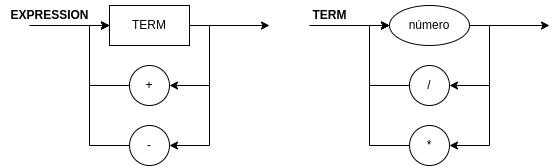
Earlier version of the draw.io export diagrama_sintatico.png (jeronimo-a/logcomp-2024-1). Source tidied: cells renumbered, new cells last; positions are measured from the earlier drawing's top-left corner, leaving out a move shared by most shapes. Source of this version:
```xml
<mxGraphModel background="#ffffff">
  <root>
    <mxCell id="0" />
    <mxCell id="1" parent="0" />
    <mxCell id="2" style="edgeStyle=orthogonalEdgeStyle;rounded=0;jettySize=auto;html=1;entryX=1;entryY=0.5;entryDx=0;entryDy=0;" parent="1" edge="1" source="5" target="7">
      <mxGeometry relative="1" as="geometry">
        <Array as="points">
          <mxPoint x="490" y="25" />
          <mxPoint x="490" y="85" />
        </Array>
      </mxGeometry>
    </mxCell>
    <mxCell id="3" style="edgeStyle=orthogonalEdgeStyle;rounded=0;jettySize=auto;html=1;entryX=1;entryY=0.5;entryDx=0;entryDy=0;" parent="1" edge="1" source="5" target="9">
      <mxGeometry relative="1" as="geometry">
        <Array as="points">
          <mxPoint x="490" y="25" />
          <mxPoint x="490" y="145" />
        </Array>
      </mxGeometry>
    </mxCell>
    <mxCell id="4" style="edgeStyle=orthogonalEdgeStyle;rounded=0;jettySize=auto;html=1;" parent="1" edge="1" source="5">
      <mxGeometry relative="1" as="geometry">
        <mxPoint x="550" y="25" as="targetPoint" />
      </mxGeometry>
    </mxCell>
    <mxCell id="5" value="número" style="ellipse;whiteSpace=wrap;html=1;" parent="1" vertex="1">
      <mxGeometry x="390" y="5" width="80" height="40" as="geometry" />
    </mxCell>
    <mxCell id="6" style="edgeStyle=orthogonalEdgeStyle;rounded=0;jettySize=auto;html=1;entryX=0;entryY=0.5;entryDx=0;entryDy=0;" parent="1" edge="1" source="7" target="5">
      <mxGeometry relative="1" as="geometry">
        <Array as="points">
          <mxPoint x="370" y="85" />
          <mxPoint x="370" y="25" />
        </Array>
      </mxGeometry>
    </mxCell>
    <mxCell id="7" value="/" style="ellipse;whiteSpace=wrap;html=1;" parent="1" vertex="1">
      <mxGeometry x="410" y="65" width="40" height="40" as="geometry" />
    </mxCell>
    <mxCell id="8" style="edgeStyle=orthogonalEdgeStyle;rounded=0;jettySize=auto;html=1;entryX=0;entryY=0.5;entryDx=0;entryDy=0;" parent="1" edge="1" source="9" target="5">
      <mxGeometry relative="1" as="geometry">
        <Array as="points">
          <mxPoint x="370" y="145" />
          <mxPoint x="370" y="25" />
        </Array>
      </mxGeometry>
    </mxCell>
    <mxCell id="9" value="*" style="ellipse;whiteSpace=wrap;html=1;" parent="1" vertex="1">
      <mxGeometry x="410" y="125" width="40" height="40" as="geometry" />
    </mxCell>
    <mxCell id="10" style="endArrow=classic;html=1;rounded=0;entryX=0;entryY=0.5;entryDx=0;entryDy=0;" parent="1" edge="1" target="5">
      <mxGeometry relative="1" as="geometry">
        <mxPoint x="310" y="25" as="sourcePoint" />
      </mxGeometry>
    </mxCell>
    <mxCell id="11" value="TERM" style="text;html=1;align=center;verticalAlign=middle;strokeColor=none;fillColor=none;fontStyle=1;" parent="1" vertex="1">
      <mxGeometry x="300" width="60" height="30" as="geometry" />
    </mxCell>
    <mxCell id="12" style="edgeStyle=orthogonalEdgeStyle;rounded=0;jettySize=auto;html=1;entryX=1;entryY=0.5;entryDx=0;entryDy=0;" parent="1" edge="1" target="16">
      <mxGeometry relative="1" as="geometry">
        <mxPoint x="190" y="25" as="sourcePoint" />
        <Array as="points">
          <mxPoint x="210" y="25" />
          <mxPoint x="210" y="85" />
        </Array>
      </mxGeometry>
    </mxCell>
    <mxCell id="13" style="edgeStyle=orthogonalEdgeStyle;rounded=0;jettySize=auto;html=1;entryX=1;entryY=0.5;entryDx=0;entryDy=0;" parent="1" edge="1" target="18">
      <mxGeometry relative="1" as="geometry">
        <mxPoint x="190" y="25" as="sourcePoint" />
        <Array as="points">
          <mxPoint x="210" y="25" />
          <mxPoint x="210" y="145" />
        </Array>
      </mxGeometry>
    </mxCell>
    <mxCell id="14" style="edgeStyle=orthogonalEdgeStyle;rounded=0;orthogonalLoop=1;jettySize=auto;html=1;" parent="1" edge="1">
      <mxGeometry relative="1" as="geometry">
        <mxPoint x="190" y="25" as="sourcePoint" />
        <mxPoint x="270" y="25" as="targetPoint" />
      </mxGeometry>
    </mxCell>
    <mxCell id="15" style="edgeStyle=orthogonalEdgeStyle;rounded=0;jettySize=auto;html=1;entryX=0;entryY=0.5;entryDx=0;entryDy=0;" parent="1" edge="1" source="16">
      <mxGeometry relative="1" as="geometry">
        <mxPoint x="110" y="25" as="targetPoint" />
        <Array as="points">
          <mxPoint x="90" y="85" />
          <mxPoint x="90" y="25" />
        </Array>
      </mxGeometry>
    </mxCell>
    <mxCell id="16" value="+" style="ellipse;whiteSpace=wrap;html=1;" parent="1" vertex="1">
      <mxGeometry x="130" y="65" width="40" height="40" as="geometry" />
    </mxCell>
    <mxCell id="17" style="edgeStyle=orthogonalEdgeStyle;rounded=0;jettySize=auto;html=1;entryX=0;entryY=0.5;entryDx=0;entryDy=0;" parent="1" edge="1" source="18">
      <mxGeometry relative="1" as="geometry">
        <mxPoint x="110" y="25" as="targetPoint" />
        <Array as="points">
          <mxPoint x="90" y="145" />
          <mxPoint x="90" y="25" />
        </Array>
      </mxGeometry>
    </mxCell>
    <mxCell id="18" value="-" style="ellipse;whiteSpace=wrap;html=1;" parent="1" vertex="1">
      <mxGeometry x="130" y="125" width="40" height="40" as="geometry" />
    </mxCell>
    <mxCell id="19" style="endArrow=classic;html=1;rounded=0;entryX=0;entryY=0.5;entryDx=0;entryDy=0;" parent="1" edge="1">
      <mxGeometry relative="1" as="geometry">
        <mxPoint x="30" y="25" as="sourcePoint" />
        <mxPoint x="110" y="25" as="targetPoint" />
      </mxGeometry>
    </mxCell>
    <mxCell id="20" value="EXPRESSION" style="text;html=1;align=center;verticalAlign=middle;strokeColor=none;fillColor=none;fontStyle=1;" parent="1" vertex="1">
      <mxGeometry width="100" height="30" as="geometry" />
    </mxCell>
    <mxCell id="21" value="TERM" style="rounded=0;whiteSpace=wrap;html=1;" parent="1" vertex="1">
      <mxGeometry x="110" y="5" width="80" height="40" as="geometry" />
    </mxCell>
  </root>
</mxGraphModel>
```
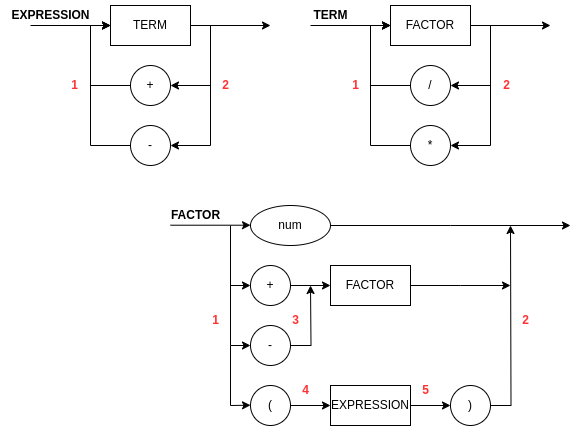
After the commit.

Commit message:
Atualização do diagrama sintático

The edit, as a diff of the source:
```diff
@@ -2,32 +2,33 @@
   <root>
     <mxCell id="0" />
     <mxCell id="1" parent="0" />
-    <mxCell id="2" style="edgeStyle=orthogonalEdgeStyle;rounded=0;jettySize=auto;html=1;entryX=1;entryY=0.5;entryDx=0;entryDy=0;" parent="1" edge="1" source="5" target="7">
+    <mxCell id="2" style="edgeStyle=orthogonalEdgeStyle;rounded=0;jettySize=auto;html=1;entryX=1;entryY=0.5;entryDx=0;entryDy=0;" parent="1" edge="1" target="7">
       <mxGeometry relative="1" as="geometry">
+        <mxPoint x="470" y="25" as="sourcePoint" />
         <Array as="points">
           <mxPoint x="490" y="25" />
           <mxPoint x="490" y="85" />
         </Array>
       </mxGeometry>
     </mxCell>
-    <mxCell id="3" style="edgeStyle=orthogonalEdgeStyle;rounded=0;jettySize=auto;html=1;entryX=1;entryY=0.5;entryDx=0;entryDy=0;" parent="1" edge="1" source="5" target="9">
+    <mxCell id="3" style="edgeStyle=orthogonalEdgeStyle;rounded=0;jettySize=auto;html=1;entryX=1;entryY=0.5;entryDx=0;entryDy=0;" parent="1" edge="1" target="9">
       <mxGeometry relative="1" as="geometry">
+        <mxPoint x="470" y="25" as="sourcePoint" />
         <Array as="points">
           <mxPoint x="490" y="25" />
           <mxPoint x="490" y="145" />
         </Array>
       </mxGeometry>
     </mxCell>
-    <mxCell id="4" style="edgeStyle=orthogonalEdgeStyle;rounded=0;jettySize=auto;html=1;" parent="1" edge="1" source="5">
+    <mxCell id="4" style="edgeStyle=orthogonalEdgeStyle;rounded=0;orthogonalLoop=1;jettySize=auto;html=1;" parent="1" edge="1">
       <mxGeometry relative="1" as="geometry">
+        <mxPoint x="470" y="25" as="sourcePoint" />
         <mxPoint x="550" y="25" as="targetPoint" />
       </mxGeometry>
     </mxCell>
-    <mxCell id="5" value="número" style="ellipse;whiteSpace=wrap;html=1;" parent="1" vertex="1">
-      <mxGeometry x="390" y="5" width="80" height="40" as="geometry" />
-    </mxCell>
-    <mxCell id="6" style="edgeStyle=orthogonalEdgeStyle;rounded=0;jettySize=auto;html=1;entryX=0;entryY=0.5;entryDx=0;entryDy=0;" parent="1" edge="1" source="7" target="5">
+    <mxCell id="6" style="edgeStyle=orthogonalEdgeStyle;rounded=0;jettySize=auto;html=1;entryX=0;entryY=0.5;entryDx=0;entryDy=0;" parent="1" edge="1" source="7">
       <mxGeometry relative="1" as="geometry">
+        <mxPoint x="390" y="25" as="targetPoint" />
         <Array as="points">
           <mxPoint x="370" y="85" />
           <mxPoint x="370" y="25" />
@@ -37,8 +38,9 @@
     <mxCell id="7" value="/" style="ellipse;whiteSpace=wrap;html=1;" parent="1" vertex="1">
       <mxGeometry x="410" y="65" width="40" height="40" as="geometry" />
     </mxCell>
-    <mxCell id="8" style="edgeStyle=orthogonalEdgeStyle;rounded=0;jettySize=auto;html=1;entryX=0;entryY=0.5;entryDx=0;entryDy=0;" parent="1" edge="1" source="9" target="5">
+    <mxCell id="8" style="edgeStyle=orthogonalEdgeStyle;rounded=0;jettySize=auto;html=1;entryX=0;entryY=0.5;entryDx=0;entryDy=0;" parent="1" edge="1" source="9">
       <mxGeometry relative="1" as="geometry">
+        <mxPoint x="390" y="25" as="targetPoint" />
         <Array as="points">
           <mxPoint x="370" y="145" />
           <mxPoint x="370" y="25" />
@@ -48,9 +50,10 @@
     <mxCell id="9" value="*" style="ellipse;whiteSpace=wrap;html=1;" parent="1" vertex="1">
       <mxGeometry x="410" y="125" width="40" height="40" as="geometry" />
     </mxCell>
-    <mxCell id="10" style="endArrow=classic;html=1;rounded=0;entryX=0;entryY=0.5;entryDx=0;entryDy=0;" parent="1" edge="1" target="5">
+    <mxCell id="10" style="endArrow=classic;html=1;rounded=0;entryX=0;entryY=0.5;entryDx=0;entryDy=0;" parent="1" edge="1">
       <mxGeometry relative="1" as="geometry">
         <mxPoint x="310" y="25" as="sourcePoint" />
+        <mxPoint x="390" y="25" as="targetPoint" />
       </mxGeometry>
     </mxCell>
     <mxCell id="11" value="TERM" style="text;html=1;align=center;verticalAlign=middle;strokeColor=none;fillColor=none;fontStyle=1;" parent="1" vertex="1">
@@ -116,5 +119,116 @@
     <mxCell id="21" value="TERM" style="rounded=0;whiteSpace=wrap;html=1;" parent="1" vertex="1">
       <mxGeometry x="110" y="5" width="80" height="40" as="geometry" />
     </mxCell>
+    <mxCell id="22" value="FACTOR" style="rounded=0;whiteSpace=wrap;html=1;" parent="1" vertex="1">
+      <mxGeometry x="390" y="5" width="80" height="40" as="geometry" />
+    </mxCell>
+    <mxCell id="23" value="1" style="text;html=1;align=center;verticalAlign=middle;strokeColor=none;fillColor=none;fontColor=#FF3333;fontStyle=1;" parent="1" vertex="1">
+      <mxGeometry x="59" y="70" width="30" height="30" as="geometry" />
+    </mxCell>
+    <mxCell id="24" value="2" style="text;html=1;align=center;verticalAlign=middle;strokeColor=none;fillColor=none;fontColor=#FF3333;fontStyle=1;" parent="1" vertex="1">
+      <mxGeometry x="210" y="70" width="30" height="30" as="geometry" />
+    </mxCell>
+    <mxCell id="25" value="1" style="text;html=1;align=center;verticalAlign=middle;strokeColor=none;fillColor=none;fontColor=#FF3333;fontStyle=1;" parent="1" vertex="1">
+      <mxGeometry x="339.5" y="70" width="30" height="30" as="geometry" />
+    </mxCell>
+    <mxCell id="26" value="2" style="text;html=1;align=center;verticalAlign=middle;strokeColor=none;fillColor=none;fontColor=#FF3333;fontStyle=1;" parent="1" vertex="1">
+      <mxGeometry x="490.5" y="70" width="30" height="30" as="geometry" />
+    </mxCell>
+    <mxCell id="27" style="edgeStyle=orthogonalEdgeStyle;rounded=0;jettySize=auto;html=1;entryX=0;entryY=0.5;entryDx=0;entryDy=0;" parent="1" edge="1" source="28" target="37">
+      <mxGeometry relative="1" as="geometry" />
+    </mxCell>
+    <mxCell id="28" value="+" style="ellipse;whiteSpace=wrap;html=1;" parent="1" vertex="1">
+      <mxGeometry x="250" y="265" width="40" height="40" as="geometry" />
+    </mxCell>
+    <mxCell id="29" style="edgeStyle=orthogonalEdgeStyle;rounded=0;jettySize=auto;html=1;" parent="1" edge="1" source="30">
+      <mxGeometry relative="1" as="geometry">
+        <mxPoint x="310" y="285" as="targetPoint" />
+      </mxGeometry>
+    </mxCell>
+    <mxCell id="30" value="-" style="ellipse;whiteSpace=wrap;html=1;" parent="1" vertex="1">
+      <mxGeometry x="250" y="325" width="40" height="40" as="geometry" />
+    </mxCell>
+    <mxCell id="31" style="edgeStyle=orthogonalEdgeStyle;rounded=0;jettySize=auto;html=1;" parent="1" edge="1" source="32">
+      <mxGeometry relative="1" as="geometry">
+        <mxPoint x="570" y="225" as="targetPoint" />
+      </mxGeometry>
+    </mxCell>
+    <mxCell id="32" value="num" style="ellipse;whiteSpace=wrap;html=1;" parent="1" vertex="1">
+      <mxGeometry x="250" y="205" width="80" height="40" as="geometry" />
+    </mxCell>
+    <mxCell id="33" style="endArrow=classic;html=1;rounded=0;entryX=0;entryY=0.5;entryDx=0;entryDy=0;" parent="1" edge="1">
+      <mxGeometry relative="1" as="geometry">
+        <mxPoint x="170" y="224.7" as="sourcePoint" />
+        <mxPoint x="250" y="224.7" as="targetPoint" />
+      </mxGeometry>
+    </mxCell>
+    <mxCell id="34" style="endArrow=classic;html=1;rounded=0;entryX=0;entryY=0.5;entryDx=0;entryDy=0;" parent="1" edge="1" target="30">
+      <mxGeometry relative="1" as="geometry">
+        <mxPoint x="230" y="225" as="sourcePoint" />
+        <Array as="points">
+          <mxPoint x="230" y="345" />
+        </Array>
+      </mxGeometry>
+    </mxCell>
+    <mxCell id="35" style="endArrow=classic;html=1;rounded=0;entryX=0;entryY=0.5;entryDx=0;entryDy=0;" parent="1" edge="1" target="28">
+      <mxGeometry relative="1" as="geometry">
+        <mxPoint x="230" y="285" as="sourcePoint" />
+      </mxGeometry>
+    </mxCell>
+    <mxCell id="36" style="edgeStyle=orthogonalEdgeStyle;rounded=0;jettySize=auto;html=1;" parent="1" edge="1" source="37">
+      <mxGeometry relative="1" as="geometry">
+        <mxPoint x="510" y="285" as="targetPoint" />
+      </mxGeometry>
+    </mxCell>
+    <mxCell id="37" value="FACTOR" style="rounded=0;whiteSpace=wrap;html=1;" parent="1" vertex="1">
+      <mxGeometry x="330" y="265" width="80" height="40" as="geometry" />
+    </mxCell>
+    <mxCell id="38" style="edgeStyle=orthogonalEdgeStyle;rounded=0;jettySize=auto;html=1;entryX=0;entryY=0.5;entryDx=0;entryDy=0;" parent="1" edge="1" source="39" target="42">
+      <mxGeometry relative="1" as="geometry" />
+    </mxCell>
+    <mxCell id="39" value="(" style="ellipse;whiteSpace=wrap;html=1;" parent="1" vertex="1">
+      <mxGeometry x="250" y="385" width="40" height="40" as="geometry" />
+    </mxCell>
+    <mxCell id="40" style="endArrow=classic;html=1;rounded=0;entryX=0;entryY=0.5;entryDx=0;entryDy=0;" parent="1" edge="1">
+      <mxGeometry relative="1" as="geometry">
+        <mxPoint x="230" y="345" as="sourcePoint" />
+        <mxPoint x="250" y="404.7" as="targetPoint" />
+        <Array as="points">
+          <mxPoint x="230" y="405" />
+        </Array>
+      </mxGeometry>
+    </mxCell>
+    <mxCell id="41" style="edgeStyle=orthogonalEdgeStyle;rounded=0;jettySize=auto;html=1;entryX=0;entryY=0.5;entryDx=0;entryDy=0;" parent="1" edge="1" source="42" target="44">
+      <mxGeometry relative="1" as="geometry" />
+    </mxCell>
+    <mxCell id="42" value="EXPRESSION" style="rounded=0;whiteSpace=wrap;html=1;" parent="1" vertex="1">
+      <mxGeometry x="330" y="385" width="80" height="40" as="geometry" />
+    </mxCell>
+    <mxCell id="43" style="edgeStyle=orthogonalEdgeStyle;rounded=0;jettySize=auto;html=1;" parent="1" edge="1" source="44">
+      <mxGeometry relative="1" as="geometry">
+        <mxPoint x="510" y="225" as="targetPoint" />
+      </mxGeometry>
+    </mxCell>
+    <mxCell id="44" value=")" style="ellipse;whiteSpace=wrap;html=1;" parent="1" vertex="1">
+      <mxGeometry x="450" y="385" width="40" height="40" as="geometry" />
+    </mxCell>
+    <mxCell id="45" value="FACTOR" style="text;html=1;align=center;verticalAlign=middle;strokeColor=none;fillColor=none;fontStyle=1;" parent="1" vertex="1">
+      <mxGeometry x="160" y="200" width="70" height="30" as="geometry" />
+    </mxCell>
+    <mxCell id="46" value="1" style="text;html=1;align=center;verticalAlign=middle;strokeColor=none;fillColor=none;fontColor=#FF3333;fontStyle=1;" parent="1" vertex="1">
+      <mxGeometry x="200" y="305" width="30" height="30" as="geometry" />
+    </mxCell>
+    <mxCell id="47" value="2" style="text;html=1;align=center;verticalAlign=middle;strokeColor=none;fillColor=none;fontColor=#FF3333;fontStyle=1;" parent="1" vertex="1">
+      <mxGeometry x="510" y="305" width="30" height="30" as="geometry" />
+    </mxCell>
+    <mxCell id="48" value="3" style="text;html=1;align=center;verticalAlign=middle;strokeColor=none;fillColor=none;fontColor=#FF3333;fontStyle=1;" parent="1" vertex="1">
+      <mxGeometry x="280" y="305" width="30" height="30" as="geometry" />
+    </mxCell>
+    <mxCell id="49" value="4" style="text;html=1;align=center;verticalAlign=middle;strokeColor=none;fillColor=none;fontColor=#FF3333;fontStyle=1;" parent="1" vertex="1">
+      <mxGeometry x="290" y="375" width="30" height="30" as="geometry" />
+    </mxCell>
+    <mxCell id="50" value="5" style="text;html=1;align=center;verticalAlign=middle;strokeColor=none;fillColor=none;fontColor=#FF3333;fontStyle=1;" parent="1" vertex="1">
+      <mxGeometry x="410" y="375" width="30" height="30" as="geometry" />
+    </mxCell>
   </root>
 </mxGraphModel>
```
